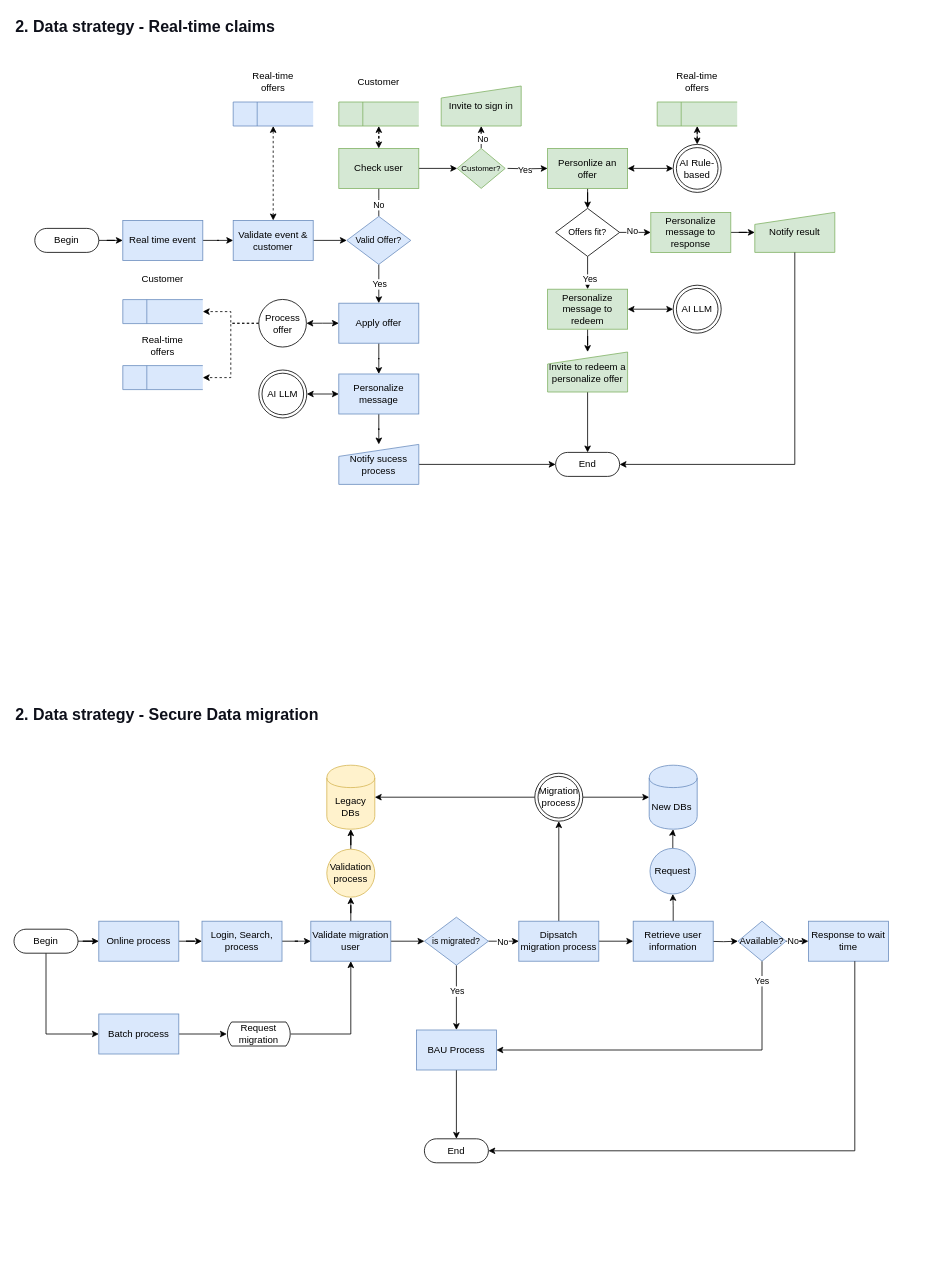
The draw.io diagram page "2. Data strategy" (2 of 4) of SaaS.drawio in fhermq/diagrams, before the edit. Source tidied: cells renumbered, new cells numbered last; positions are measured from the earlier drawing's top-left corner, leaving out a move shared by most shapes. Both pictures are drawn from the tidied source at 80%, with x=0, y=0 at pixel (14, 14).
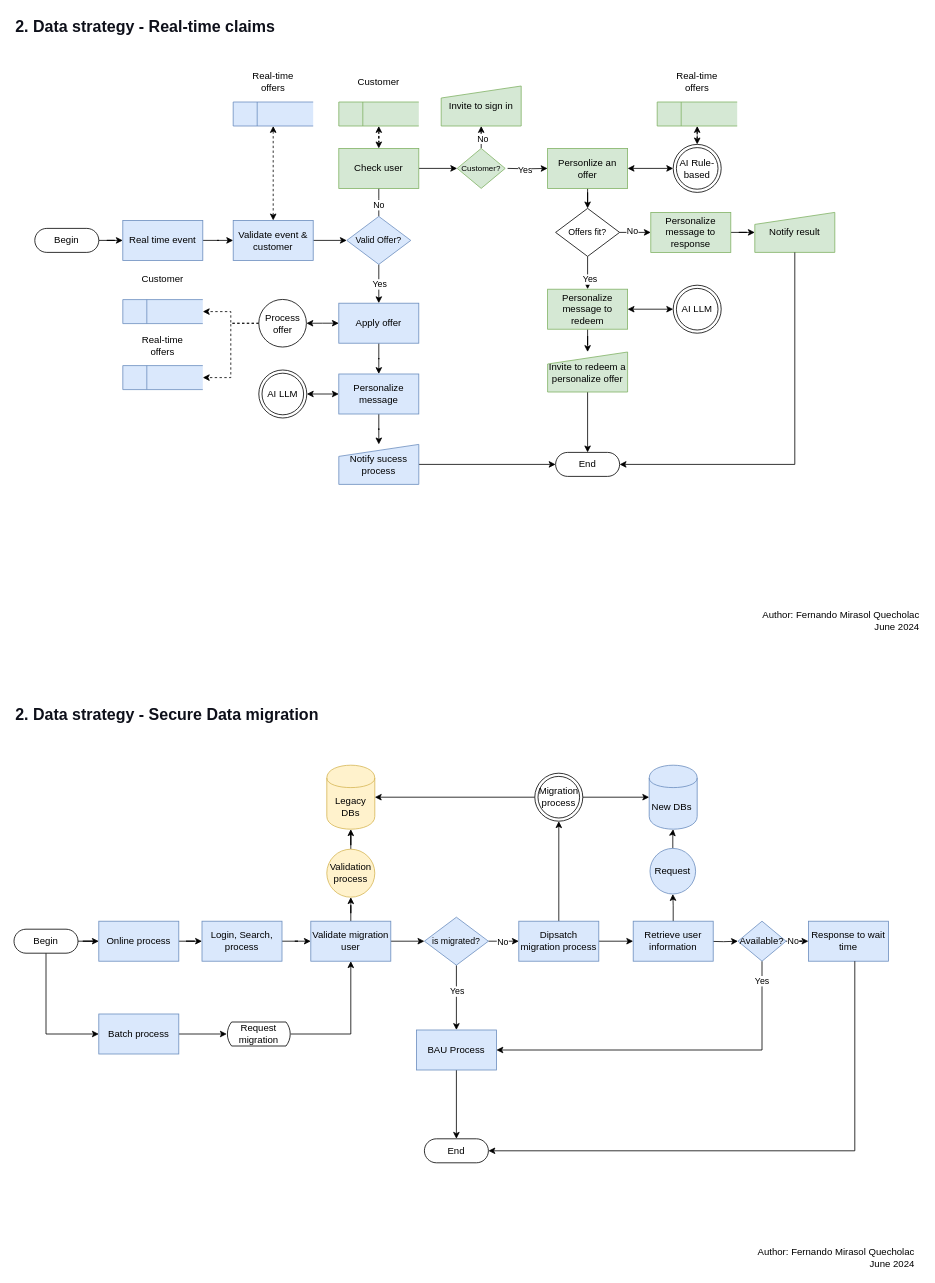
The same page after the edit.

The edit, as a diff of the source:
```diff
@@
+    <mxCell id="120" value="Author: Fernando Mirasol Quecholac&lt;div&gt;June 2024&lt;/div&gt;" style="text;html=1;align=right;verticalAlign=middle;whiteSpace=wrap;rounded=0;" parent="1" vertex="1">
+      <mxGeometry x="852" y="743.5" width="282" height="30" as="geometry" />
+    </mxCell>
+    <mxCell id="121" value="Author: Fernando Mirasol Quecholac&lt;div&gt;June 2024&lt;/div&gt;" style="text;html=1;align=right;verticalAlign=middle;whiteSpace=wrap;rounded=0;" parent="1" vertex="1">
+      <mxGeometry x="846" y="1540" width="282" height="30" as="geometry" />
+    </mxCell>
```
